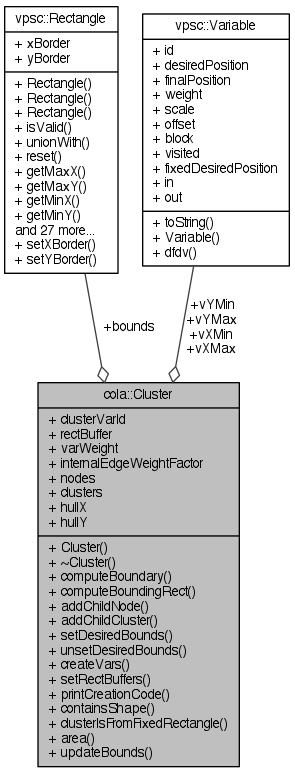
This is documentation/classcola_1_1Cluster__coll__graph.png from mjwybrow/adaptagrams, a Graphviz export, as it was before one commit. Its source is kept beside it as documentation/classcola_1_1Cluster__coll__graph.dot.
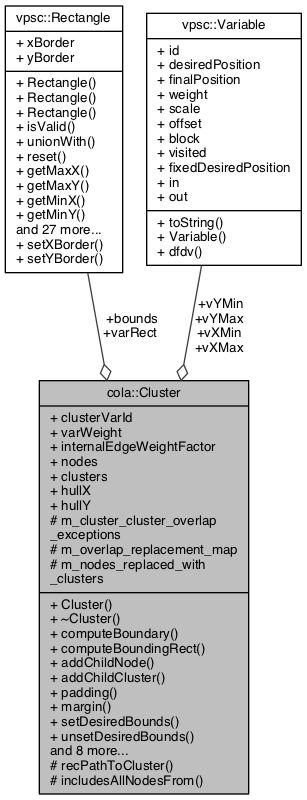
The same diagram one commit later.

Change to the diagram source:
```diff
@@ -2,9 +2,9 @@
 {
   edge [fontname="Helvetica",fontsize="10",labelfontname="Helvetica",labelfontsize="10"];
   node [fontname="Helvetica",fontsize="10",shape=record];
-  Node1 [label="{cola::Cluster\n|+ clusterVarId\l+ rectBuffer\l+ varWeight\l+ internalEdgeWeightFactor\l+ nodes\l+ clusters\l+ hullX\l+ hullY\l|+ Cluster()\l+ ~Cluster()\l+ computeBoundary()\l+ computeBoundingRect()\l+ addChildNode()\l+ addChildCluster()\l+ setDesiredBounds()\l+ unsetDesiredBounds()\l+ createVars()\l+ setRectBuffers()\l+ printCreationCode()\l+ containsShape()\l+ clusterIsFromFixedRectangle()\l+ area()\l+ updateBounds()\l}",height=0.2,width=0.4,color="black", fillcolor="grey75", style="filled" fontcolor="black"];
-  Node2 -> Node1 [color="grey25",fontsize="10",style="solid",label=" +bounds" ,arrowhead="odiamond",fontname="Helvetica"];
+  Node1 [label="{cola::Cluster\n|+ clusterVarId\l+ varWeight\l+ internalEdgeWeightFactor\l+ nodes\l+ clusters\l+ hullX\l+ hullY\l# m_cluster_cluster_overlap\l_exceptions\l# m_overlap_replacement_map\l# m_nodes_replaced_with\l_clusters\l|+ Cluster()\l+ ~Cluster()\l+ computeBoundary()\l+ computeBoundingRect()\l+ addChildNode()\l+ addChildCluster()\l+ padding()\l+ margin()\l+ setDesiredBounds()\l+ unsetDesiredBounds()\land 8 more...\l# recPathToCluster()\l# includesAllNodesFrom()\l}",height=0.2,width=0.4,color="black", fillcolor="grey75", style="filled", fontcolor="black"];
+  Node2 -> Node1 [color="grey25",fontsize="10",style="solid",label=" +bounds\n+varRect" ,arrowhead="odiamond",fontname="Helvetica"];
   Node2 [label="{vpsc::Rectangle\n|+ xBorder\l+ yBorder\l|+ Rectangle()\l+ Rectangle()\l+ Rectangle()\l+ isValid()\l+ unionWith()\l+ reset()\l+ getMaxX()\l+ getMaxY()\l+ getMinX()\l+ getMinY()\land 27 more...\l+ setXBorder()\l+ setYBorder()\l}",height=0.2,width=0.4,color="black", fillcolor="white", style="filled",URL="$classvpsc_1_1Rectangle.html",tooltip="A rectangle represents a fixed-size shape in the diagram that may be moved to prevent overlaps and sa..."];
   Node3 -> Node1 [color="grey25",fontsize="10",style="solid",label=" +vYMin\n+vYMax\n+vXMin\n+vXMax" ,arrowhead="odiamond",fontname="Helvetica"];
-  Node3 [label="{vpsc::Variable\n|+ id\l+ desiredPosition\l+ finalPosition\l+ weight\l+ scale\l+ offset\l+ block\l+ visited\l+ fixedDesiredPosition\l+ in\l+ out\l|+ toString()\l+ Variable()\l+ dfdv()\l}",height=0.2,width=0.4,color="black", fillcolor="white", style="filled",URL="$classvpsc_1_1Variable.html",tooltip="A variable is comprised of an ideal position, final position and a weight."];
+  Node3 [label="{vpsc::Variable\n|+ id\l+ desiredPosition\l+ finalPosition\l+ weight\l+ scale\l+ offset\l+ block\l+ visited\l+ fixedDesiredPosition\l+ in\l+ out\l|+ toString()\l+ Variable()\l+ dfdv()\l}",height=0.2,width=0.4,color="black", fillcolor="white", style="filled",URL="$classvpsc_1_1Variable.html",tooltip="A variable is comprised of an ideal position, final position and a weight. "];
 }
```
